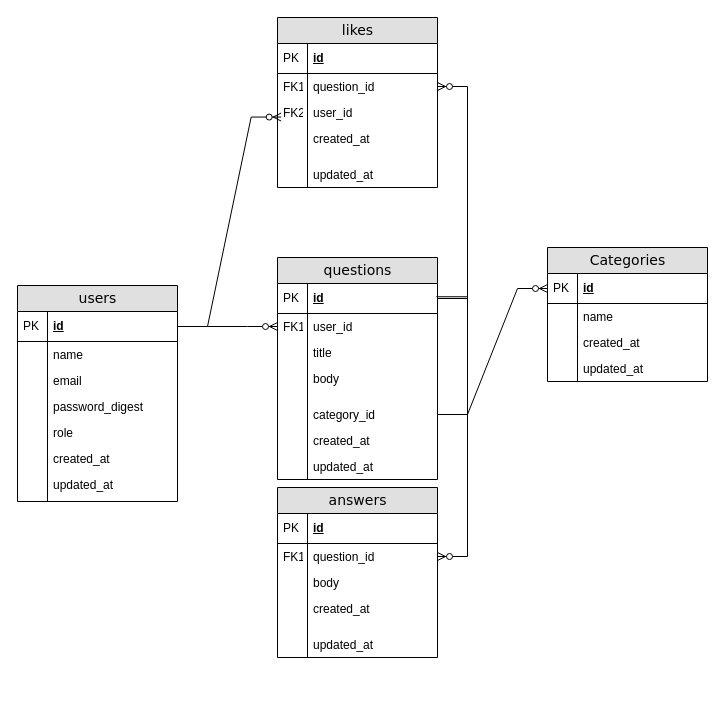
The draw.io diagram 質問や疑問を投稿するアプリ.drawio in Masashi0411/til, before the edit. Source tidied: cells renumbered, new cells numbered last; positions are measured from the earlier drawing's top-left corner, leaving out a move shared by most shapes. Both pictures are drawn from the tidied source at 100%, with x=0, y=0 at pixel (17, 17).
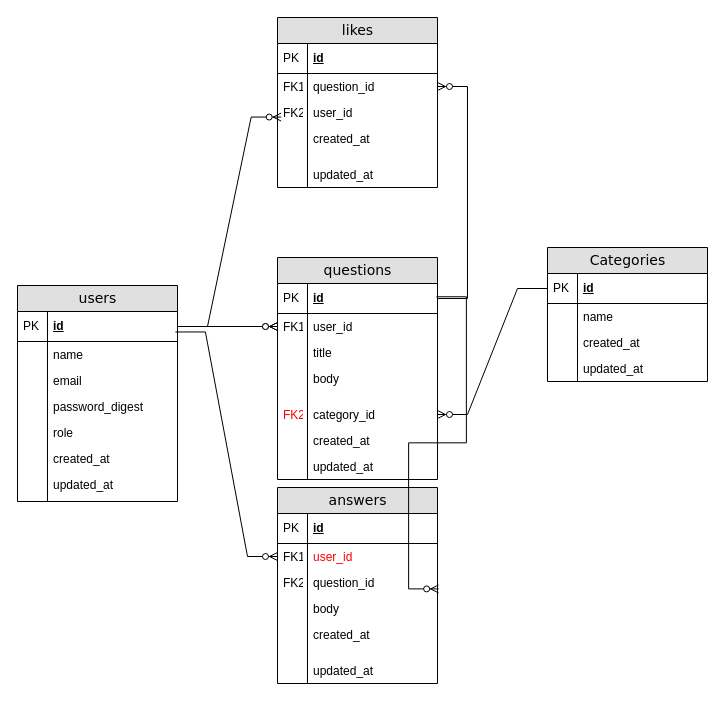
The same diagram, later.

Commit message:
質問や疑問を投稿するアプリ.drawio を更新します

The change refers to these unchanged cells:
```xml
<mxCell id="3" value="id" style="shape=partialRectangle;top=0;left=0;right=0;bottom=1;html=1;align=left;verticalAlign=middle;fillColor=none;spacingLeft=34;spacingRight=4;whiteSpace=wrap;overflow=hidden;points=[[0,0.5],[1,0.5]];portConstraint=eastwest;fontStyle=5;" parent="2" vertex="1">
  <mxGeometry y="26" width="160" height="30" as="geometry" />
</mxCell>
<mxCell id="5" value="user_id" style="shape=partialRectangle;top=0;left=0;right=0;bottom=0;html=1;align=left;verticalAlign=top;fillColor=none;spacingLeft=34;spacingRight=4;whiteSpace=wrap;overflow=hidden;points=[[0,0.5],[1,0.5]];portConstraint=eastwest;" parent="2" vertex="1">
  <mxGeometry y="56" width="160" height="26" as="geometry" />
</mxCell>
<mxCell id="13" value="category_id" style="shape=partialRectangle;top=0;left=0;right=0;bottom=0;html=1;align=left;verticalAlign=top;fillColor=none;spacingLeft=34;spacingRight=4;whiteSpace=wrap;overflow=hidden;points=[[0,0.5],[1,0.5]];portConstraint=eastwest;" parent="2" vertex="1">
  <mxGeometry y="144" width="160" height="26" as="geometry" />
</mxCell>
<mxCell id="20" value="id" style="shape=partialRectangle;top=0;left=0;right=0;bottom=1;html=1;align=left;verticalAlign=middle;fillColor=none;spacingLeft=34;spacingRight=4;whiteSpace=wrap;overflow=hidden;points=[[0,0.5],[1,0.5]];portConstraint=eastwest;fontStyle=5;" parent="19" vertex="1">
  <mxGeometry y="26" width="160" height="30" as="geometry" />
</mxCell>
<mxCell id="65" value="id" style="shape=partialRectangle;top=0;left=0;right=0;bottom=1;html=1;align=left;verticalAlign=middle;fillColor=none;spacingLeft=34;spacingRight=4;whiteSpace=wrap;overflow=hidden;points=[[0,0.5],[1,0.5]];portConstraint=eastwest;fontStyle=5;" parent="64" vertex="1">
  <mxGeometry y="26" width="160" height="30" as="geometry" />
</mxCell>
```

Change to the diagram source:
```diff
@@
-    <mxCell id="14" style="shape=partialRectangle;top=0;left=0;bottom=0;html=1;fillColor=none;align=left;verticalAlign=top;spacingLeft=4;spacingRight=4;whiteSpace=wrap;overflow=hidden;" parent="13" vertex="1">
+    <mxCell id="14" value="&lt;font style=&quot;color: rgb(255, 0, 0);&quot;&gt;FK2&lt;/font&gt;" style="shape=partialRectangle;top=0;left=0;bottom=0;html=1;fillColor=none;align=left;verticalAlign=top;spacingLeft=4;spacingRight=4;whiteSpace=wrap;overflow=hidden;" parent="13" vertex="1">
       <mxGeometry width="30" height="26" as="geometry" />
     </mxCell>
@@
     <mxCell id="35" value="answers" style="swimlane;html=1;fontStyle=0;horizontal=1;startSize=26;fillColor=#e0e0e0;swimlaneFillColor=#ffffff;align=center;rounded=0;shadow=0;comic=0;labelBackgroundColor=none;strokeWidth=1;fontFamily=Verdana;fontSize=14;" parent="1" vertex="1">
-      <mxGeometry x="260" y="470" width="160" height="170" as="geometry" />
+      <mxGeometry x="260" y="470" width="160" height="196" as="geometry" />
     </mxCell>
@@
-    <mxCell id="38" value="question_id" style="shape=partialRectangle;top=0;left=0;right=0;bottom=0;html=1;align=left;verticalAlign=top;fillColor=none;spacingLeft=34;spacingRight=4;whiteSpace=wrap;overflow=hidden;points=[[0,0.5],[1,0.5]];portConstraint=eastwest;" parent="35" vertex="1">
+    <mxCell id="38" value="&lt;font style=&quot;color: rgb(255, 0, 0);&quot;&gt;user_id&lt;/font&gt;" style="shape=partialRectangle;top=0;left=0;right=0;bottom=0;html=1;align=left;verticalAlign=top;fillColor=none;spacingLeft=34;spacingRight=4;whiteSpace=wrap;overflow=hidden;points=[[0,0.5],[1,0.5]];portConstraint=eastwest;" parent="35" vertex="1">
       <mxGeometry y="56" width="160" height="26" as="geometry" />
     </mxCell>
@@
+    <mxCell id="74" value="question_id" style="shape=partialRectangle;top=0;left=0;right=0;bottom=0;html=1;align=left;verticalAlign=top;fillColor=none;spacingLeft=34;spacingRight=4;whiteSpace=wrap;overflow=hidden;points=[[0,0.5],[1,0.5]];portConstraint=eastwest;" parent="35" vertex="1">
+      <mxGeometry y="82" width="160" height="26" as="geometry" />
+    </mxCell>
+    <mxCell id="75" value="FK2" style="shape=partialRectangle;top=0;left=0;bottom=0;html=1;fillColor=none;align=left;verticalAlign=top;spacingLeft=4;spacingRight=4;whiteSpace=wrap;overflow=hidden;" parent="74" vertex="1">
+      <mxGeometry width="30" height="26" as="geometry" />
+    </mxCell>
     <mxCell id="40" value="body" style="shape=partialRectangle;top=0;left=0;right=0;bottom=0;html=1;align=left;verticalAlign=top;fillColor=none;spacingLeft=34;spacingRight=4;whiteSpace=wrap;overflow=hidden;" parent="35" vertex="1">
-      <mxGeometry y="82" width="160" height="26" as="geometry" />
+      <mxGeometry y="108" width="160" height="26" as="geometry" />
     </mxCell>
@@
     <mxCell id="42" value="created_at" style="shape=partialRectangle;top=0;left=0;right=0;bottom=0;html=1;align=left;verticalAlign=top;fillColor=none;spacingLeft=34;spacingRight=4;whiteSpace=wrap;overflow=hidden;" parent="35" vertex="1">
-      <mxGeometry y="108" width="160" height="26" as="geometry" />
+      <mxGeometry y="134" width="160" height="26" as="geometry" />
     </mxCell>
@@
     <mxCell id="44" style="shape=partialRectangle;top=0;left=0;right=0;bottom=0;html=1;align=left;verticalAlign=top;fillColor=none;spacingLeft=34;spacingRight=4;whiteSpace=wrap;overflow=hidden;" parent="35" vertex="1">
-      <mxGeometry y="134" width="160" height="10" as="geometry" />
+      <mxGeometry y="160" width="160" height="10" as="geometry" />
     </mxCell>
@@
     <mxCell id="46" value="updated_at" style="shape=partialRectangle;top=0;left=0;right=0;bottom=0;html=1;align=left;verticalAlign=top;fillColor=none;spacingLeft=34;spacingRight=4;whiteSpace=wrap;overflow=hidden;" parent="35" vertex="1">
-      <mxGeometry y="144" width="160" height="26" as="geometry" />
+      <mxGeometry y="170" width="160" height="26" as="geometry" />
     </mxCell>
@@
-    <mxCell id="63" style="edgeStyle=entityRelationEdgeStyle;fontSize=12;html=1;endArrow=ERzeroToMany;endFill=1;rounded=0;exitX=0.993;exitY=0.442;exitDx=0;exitDy=0;exitPerimeter=0;" parent="1" edge="1" source="3" target="38">
+    <mxCell id="63" style="edgeStyle=entityRelationEdgeStyle;fontSize=12;html=1;endArrow=ERzeroToMany;endFill=1;rounded=0;exitX=0.993;exitY=0.442;exitDx=0;exitDy=0;exitPerimeter=0;entryX=1.007;entryY=0.746;entryDx=0;entryDy=0;entryPerimeter=0;" parent="1" edge="1" source="3" target="74">
       <mxGeometry relative="1" as="geometry">
         <Array as="points">
           <mxPoint x="607.6" y="131" />
           <mxPoint x="597.6" y="371" />
           <mxPoint x="747.6" y="181" />
         </Array>
       </mxGeometry>
     </mxCell>
@@
-    <mxCell id="73" style="edgeStyle=entityRelationEdgeStyle;fontSize=12;html=1;endArrow=ERzeroToMany;endFill=1;rounded=0;entryX=0;entryY=0.5;entryDx=0;entryDy=0;exitX=1;exitY=0.5;exitDx=0;exitDy=0;" parent="1" edge="1" source="13" target="65">
+    <mxCell id="73" style="edgeStyle=entityRelationEdgeStyle;fontSize=12;html=1;endArrow=ERzeroToMany;endFill=1;rounded=0;entryX=1;entryY=0.5;entryDx=0;entryDy=0;exitX=0;exitY=0.5;exitDx=0;exitDy=0;" parent="1" edge="1" source="65" target="13">
       <mxGeometry relative="1" as="geometry" />
     </mxCell>
+    <mxCell id="76" style="edgeStyle=entityRelationEdgeStyle;fontSize=12;html=1;endArrow=ERzeroToMany;endFill=1;rounded=0;exitX=1;exitY=0.5;exitDx=0;exitDy=0;entryX=0;entryY=0.5;entryDx=0;entryDy=0;" parent="1" edge="1" source="20" target="5">
+      <mxGeometry relative="1" as="geometry">
+        <Array as="points">
+          <mxPoint x="220" y="430" />
+        </Array>
+      </mxGeometry>
+    </mxCell>
+    <mxCell id="77" style="edgeStyle=entityRelationEdgeStyle;fontSize=12;html=1;endArrow=ERzeroToMany;endFill=1;rounded=0;exitX=0.987;exitY=0.682;exitDx=0;exitDy=0;exitPerimeter=0;" parent="1" edge="1" source="20" target="38">
+      <mxGeometry relative="1" as="geometry">
+        <Array as="points">
+          <mxPoint x="220" y="661" />
+        </Array>
+      </mxGeometry>
+    </mxCell>
```
